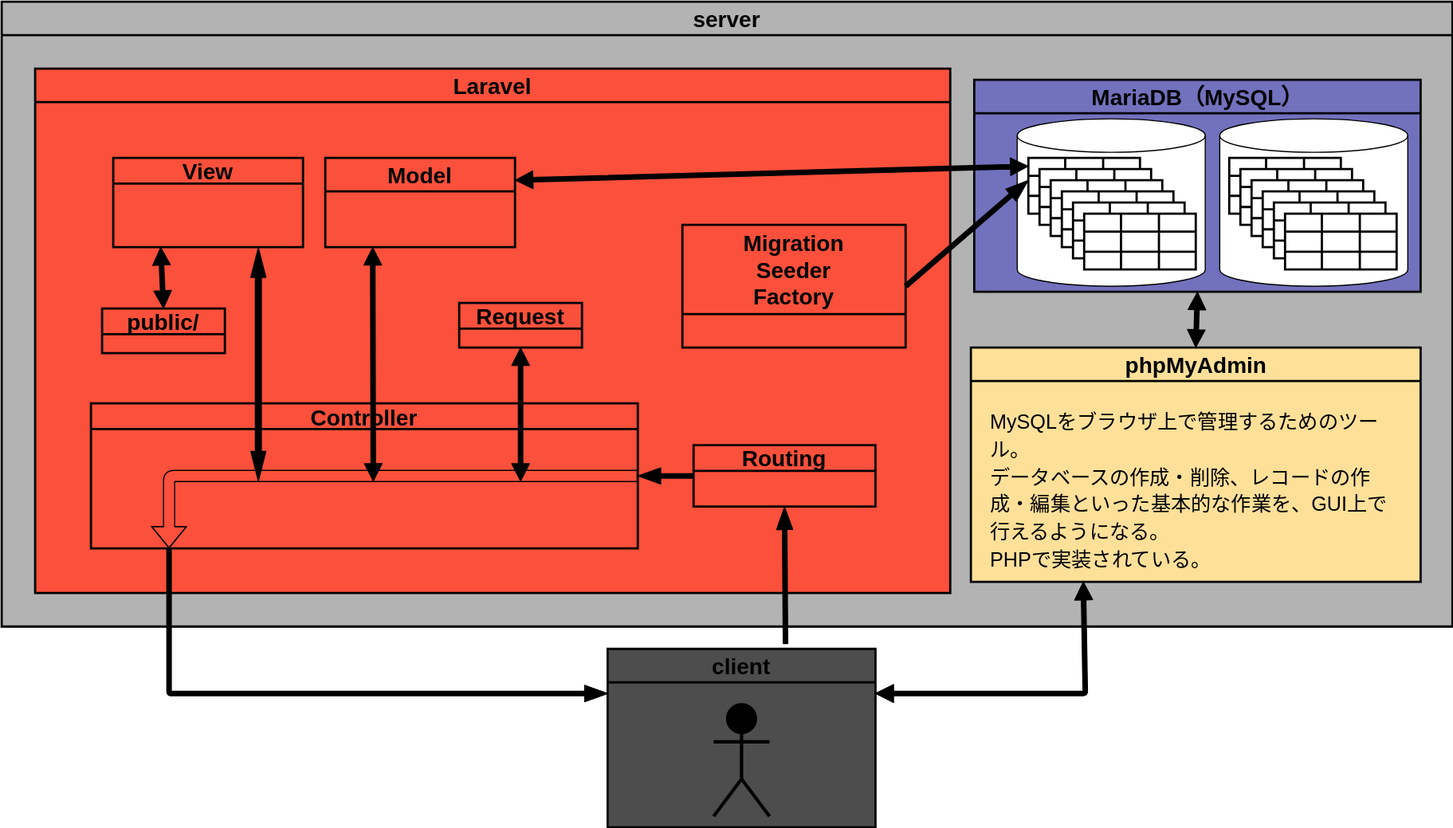
Earlier version of the draw.io export laravel.drawio.svg (nishizawatakamasa/memo). Source tidied: cells renumbered, new cells last; positions are measured from the earlier drawing's top-left corner, leaving out a move shared by most shapes.
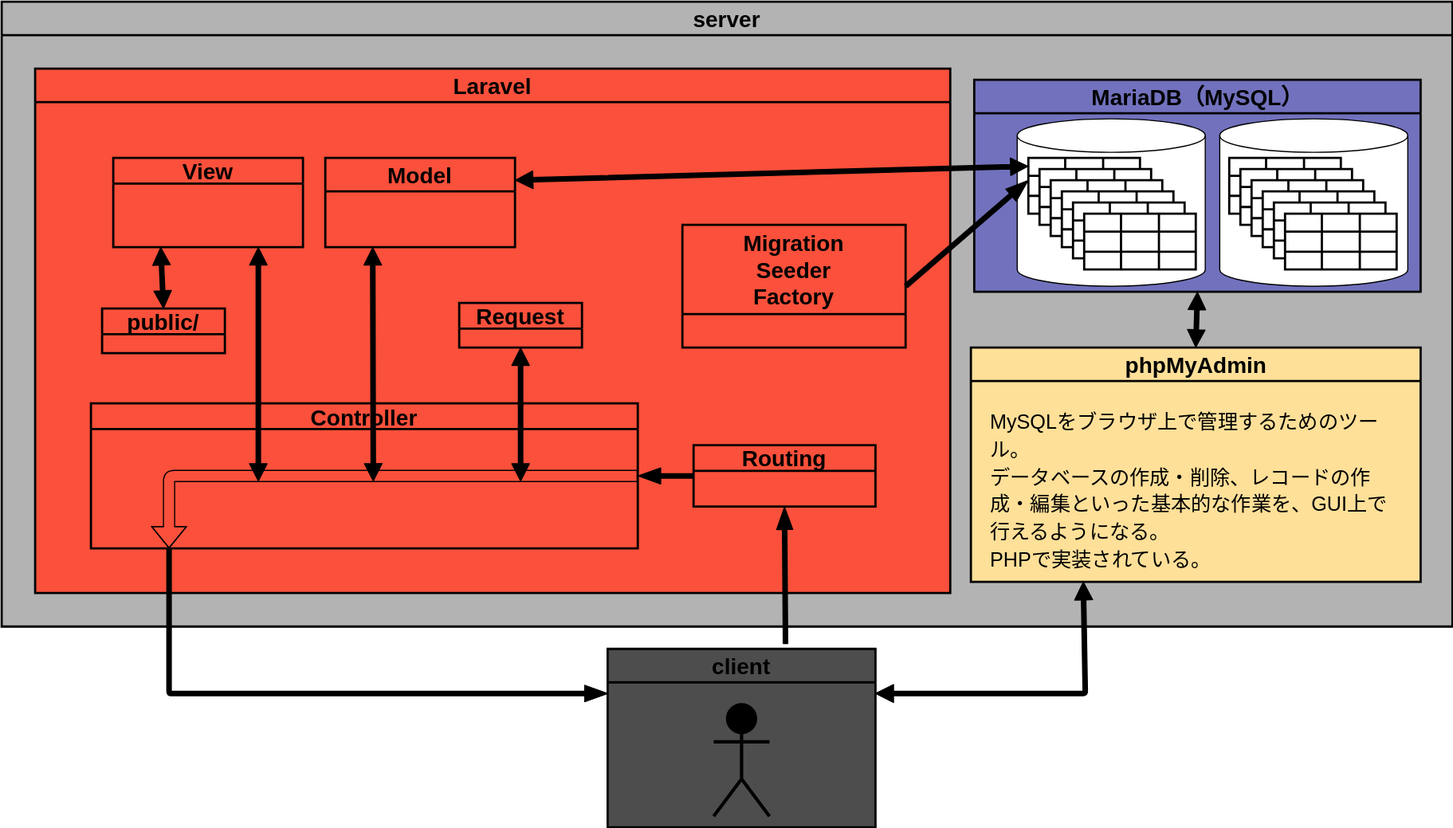
After the commit.

Diff of the diagram source:
```diff
@@ -26,12 +26,6 @@
     <mxCell id="9" value="&lt;font color=&quot;#000000&quot;&gt;Migration&lt;br&gt;Seeder&lt;br&gt;Factory&lt;/font&gt;" style="swimlane;whiteSpace=wrap;html=1;strokeColor=#000000;strokeWidth=2;fontSize=20;startSize=80;swimlaneFillColor=#FB503B;fillColor=#FB503B;" parent="3" vertex="1">
       <mxGeometry x="580" y="140" width="200" height="110" as="geometry" />
     </mxCell>
-    <mxCell id="10" style="shape=flexArrow;endArrow=classic;startArrow=classic;html=1;rounded=1;shadow=0;fillStyle=auto;strokeColor=#000000;strokeWidth=1;fontSize=20;fillColor=#000000;gradientColor=none;width=5.333333333333333;endSize=8.506666666666666;startWidth=7.111111111111112;startSize=8.506666666666666;endWidth=7.111111111111112;" parent="3" edge="1">
-      <mxGeometry relative="1" as="geometry">
-        <mxPoint x="200" y="370" as="sourcePoint" />
-        <mxPoint x="200" y="160" as="targetPoint" />
-      </mxGeometry>
-    </mxCell>
     <mxCell id="11" value="&lt;font color=&quot;#000000&quot;&gt;public/&lt;/font&gt;" style="swimlane;whiteSpace=wrap;html=1;strokeColor=#000000;strokeWidth=2;fontSize=20;swimlaneFillColor=#FB503B;fillColor=#FB503B;" parent="3" vertex="1">
       <mxGeometry x="60" y="215" width="110" height="40" as="geometry" />
     </mxCell>
@@ -579,5 +573,11 @@
     <mxCell id="185" style="shape=partialRectangle;html=1;whiteSpace=wrap;fillColor=none;top=0;left=0;bottom=0;right=0;overflow=hidden;labelBackgroundColor=#FFE099;strokeColor=#000000;strokeWidth=2;fontColor=#000000;" parent="182" vertex="1">
       <mxGeometry x="67" width="33" height="16" as="geometry" />
     </mxCell>
+    <mxCell id="186" style="shape=flexArrow;endArrow=classic;startArrow=classic;html=1;rounded=1;shadow=0;fillStyle=auto;strokeColor=#000000;strokeWidth=1;fontSize=20;fillColor=#000000;gradientColor=none;endWidth=10.666666666666666;endSize=4.826666666666667;startWidth=10.666666666666666;startSize=4.826666666666667;width=4;" parent="1" edge="1">
+      <mxGeometry relative="1" as="geometry">
+        <mxPoint x="230" y="430" as="sourcePoint" />
+        <mxPoint x="230" y="220" as="targetPoint" />
+      </mxGeometry>
+    </mxCell>
   </root>
 </mxGraphModel>
```
